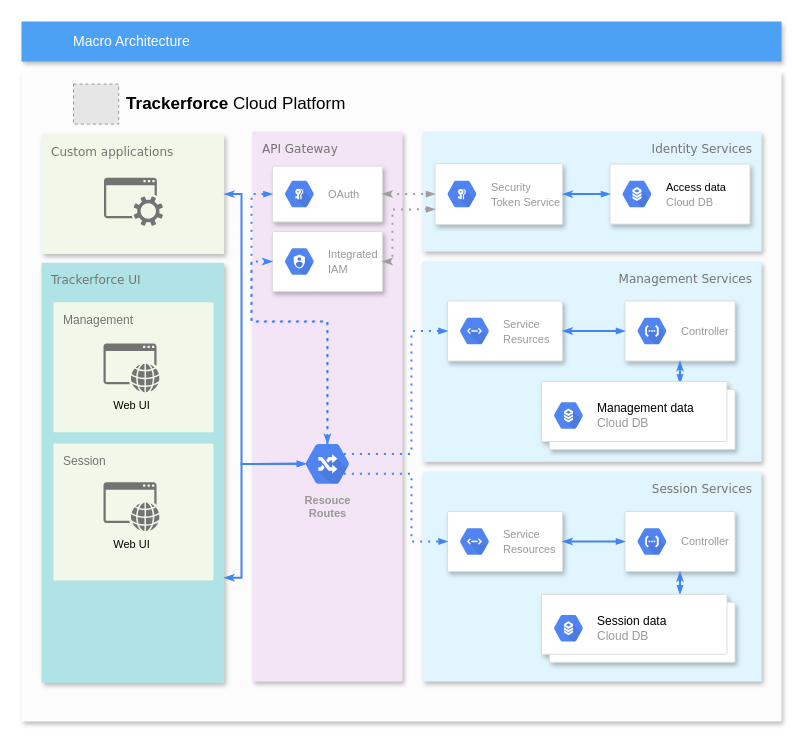
trackerforce/trackerforce-assets keeps this draw.io diagram as documentation/macro_architecture.drawio. Above is the earlier version. Source tidied: cells renumbered, new cells numbered last; positions are measured from the earlier drawing's top-left corner, leaving out a move shared by most shapes. Both pictures are drawn from the tidied source at 100%, with x=0, y=0 at pixel (21, 21). Pictures stored in the file or linked from it are replaced by grey dashed boxes.
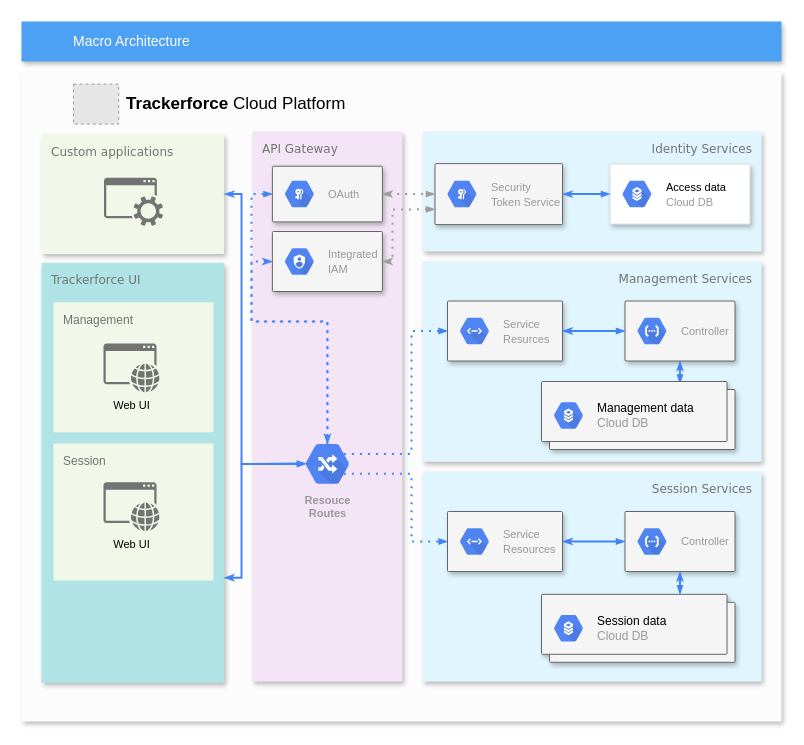
Above is the later version.

Diff of the diagram source:
```diff
@@
-    <mxCell id="8" style="strokeColor=#dddddd;shadow=1;strokeWidth=1;rounded=1;absoluteArcSize=1;arcSize=2;" parent="1" vertex="1">
+    <mxCell id="8" style="shadow=1;strokeWidth=1;rounded=1;absoluteArcSize=1;arcSize=2;fillColor=#f5f5f5;strokeColor=#666666;fontColor=#333333;" parent="1" vertex="1">
       <mxGeometry x="426" y="279.5" width="115" height="60" as="geometry" />
     </mxCell>
@@
-    <mxCell id="10" style="strokeColor=#dddddd;shadow=1;strokeWidth=1;rounded=1;absoluteArcSize=1;arcSize=2;" parent="1" vertex="1">
+    <mxCell id="10" style="shadow=1;strokeWidth=1;rounded=1;absoluteArcSize=1;arcSize=2;fillColor=#f5f5f5;strokeColor=#666666;fontColor=#333333;" parent="1" vertex="1">
       <mxGeometry x="426" y="490" width="115" height="60" as="geometry" />
     </mxCell>
@@
-    <mxCell id="12" style="strokeColor=#dddddd;shadow=1;strokeWidth=1;rounded=1;absoluteArcSize=1;arcSize=2;" parent="1" vertex="1">
+    <mxCell id="12" style="shadow=1;strokeWidth=1;rounded=1;absoluteArcSize=1;arcSize=2;fillColor=#f5f5f5;strokeColor=#666666;fontColor=#333333;" parent="1" vertex="1">
       <mxGeometry x="603.5" y="279.5" width="110" height="60" as="geometry" />
     </mxCell>
@@
-    <mxCell id="15" style="strokeColor=#dddddd;shadow=1;strokeWidth=1;rounded=1;absoluteArcSize=1;arcSize=2;" parent="1" vertex="1">
+    <mxCell id="15" style="shadow=1;strokeWidth=1;rounded=1;absoluteArcSize=1;arcSize=2;fillColor=#f5f5f5;strokeColor=#666666;fontColor=#333333;" parent="1" vertex="1">
       <mxGeometry x="603.5" y="490" width="110" height="60" as="geometry" />
     </mxCell>
@@
-    <mxCell id="21" style="strokeColor=#dddddd;shadow=1;strokeWidth=1;rounded=1;absoluteArcSize=1;arcSize=2;" parent="1" vertex="1">
+    <mxCell id="21" style="shadow=1;strokeWidth=1;rounded=1;absoluteArcSize=1;arcSize=2;fillColor=#f5f5f5;strokeColor=#666666;fontColor=#333333;" parent="1" vertex="1">
       <mxGeometry x="413.5" y="142.1" width="127.5" height="61" as="geometry" />
     </mxCell>
@@
-    <mxCell id="24" style="strokeColor=#dddddd;shadow=1;strokeWidth=1;rounded=1;absoluteArcSize=1;arcSize=2;" parent="1" vertex="1">
+    <mxCell id="24" style="shadow=1;strokeWidth=1;rounded=1;absoluteArcSize=1;arcSize=2;fillColor=#f5f5f5;strokeColor=#666666;fontColor=#333333;" parent="1" vertex="1">
       <mxGeometry x="250.9" y="144.7" width="110" height="55.7" as="geometry" />
     </mxCell>
@@
-    <mxCell id="26" style="strokeColor=#dddddd;shadow=1;strokeWidth=1;rounded=1;absoluteArcSize=1;arcSize=2;" parent="1" vertex="1">
+    <mxCell id="26" style="shadow=1;strokeWidth=1;rounded=1;absoluteArcSize=1;arcSize=2;fillColor=#f5f5f5;strokeColor=#666666;fontColor=#333333;" parent="1" vertex="1">
       <mxGeometry x="250.9" y="210" width="110" height="60" as="geometry" />
     </mxCell>
@@
-    <mxCell id="44" style="shape=mxgraph.gcp2.doubleRect;strokeColor=#dddddd;shadow=1;strokeWidth=1;" parent="1" vertex="1">
+    <mxCell id="44" style="shape=mxgraph.gcp2.doubleRect;shadow=1;strokeWidth=1;fillColor=#f5f5f5;strokeColor=#666666;fontColor=#333333;" parent="1" vertex="1">
       <mxGeometry x="520" y="360" width="193.5" height="68" as="geometry" />
     </mxCell>
@@
-    <mxCell id="46" style="shape=mxgraph.gcp2.doubleRect;strokeColor=#dddddd;shadow=1;strokeWidth=1;" parent="1" vertex="1">
+    <mxCell id="46" style="shape=mxgraph.gcp2.doubleRect;shadow=1;strokeWidth=1;fillColor=#f5f5f5;strokeColor=#666666;fontColor=#333333;" parent="1" vertex="1">
       <mxGeometry x="520" y="572.8" width="193.5" height="68" as="geometry" />
     </mxCell>
```
